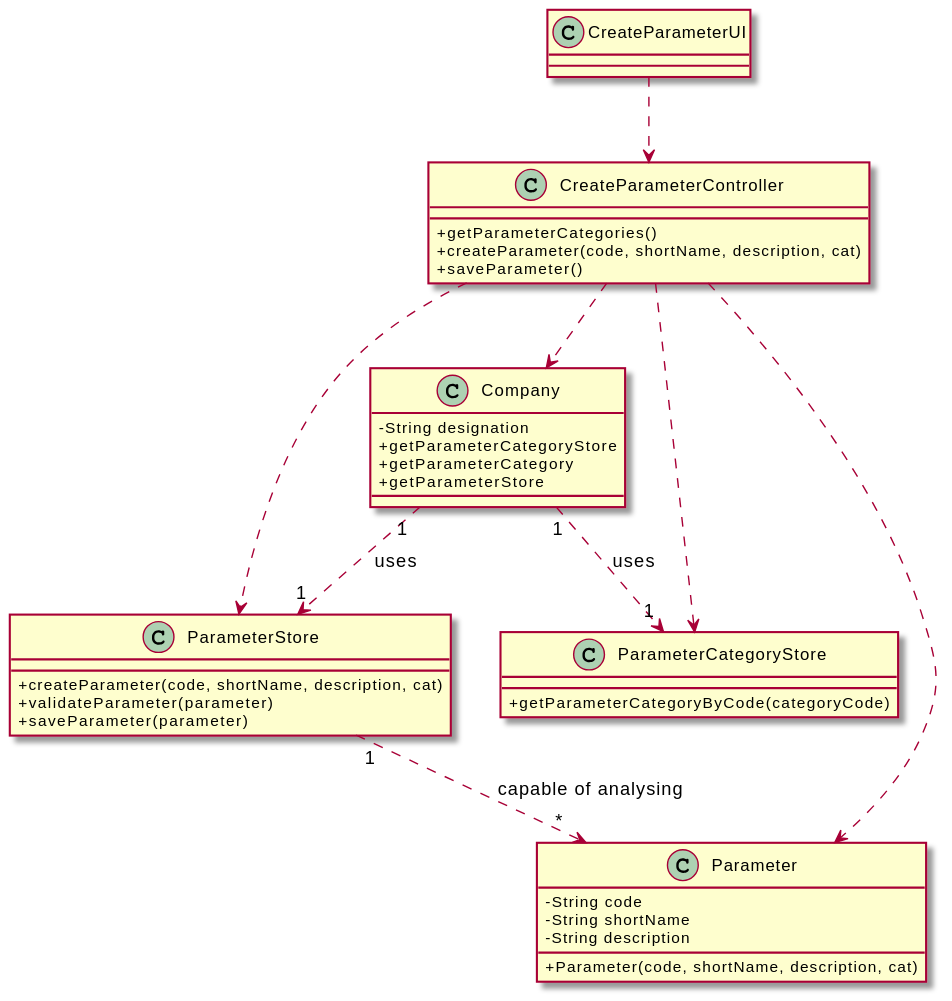
This is docs/SprintB/Us10_CreateParameter/US10_CD.svg from Pedromaia26/LAPR2-ISEP, a PlantUML export, as it was before one commit. The source it was exported from:
```plantuml
@startuml
skinparam classAttributeIconSize 0

class Company
{
  -String designation
  +getParameterCategoryStore
  +getParameterCategory
  +getParameterStore
}


class Parameter {
  -String code
  -String shortName
  -String description
  +Parameter(code, shortName, description, cat)
}

class ParameterStore {
  +createParameter(code, shortName, description, cat)
  +validateParameter(parameter)
  +saveParameter(parameter)
}

class ParameterCategoryStore {
  +getParameterCategoryByCode(categoryCode)
}


class CreateParameterController {
  +getParameterCategories()
  +createParameter(code, shortName, description, cat)
  +saveParameter()
}

class CreateParameterUI {

}

CreateParameterUI ..> CreateParameterController
CreateParameterController ..> Parameter
CreateParameterController ..> ParameterStore
CreateParameterController ..> ParameterCategoryStore
CreateParameterController ..> Company
Company "1" ..> "1" ParameterStore : uses
Company "1" ..> "1" ParameterCategoryStore : uses
ParameterStore "1" ..> "*" Parameter : capable of analysing
@enduml
```
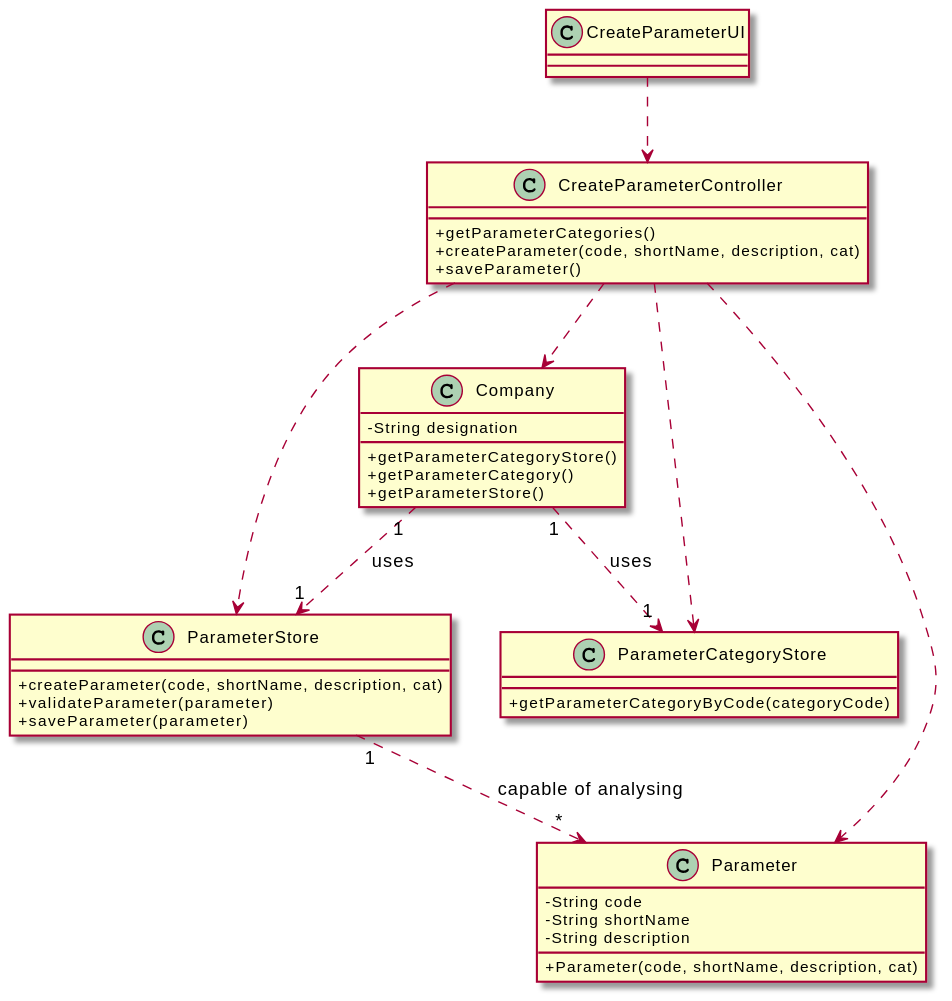
Above is the later version.

The edit, as a diff of the source:
```diff
@@ -4,9 +4,9 @@
 class Company
 {
   -String designation
-  +getParameterCategoryStore
-  +getParameterCategory
-  +getParameterStore
+  +getParameterCategoryStore()
+  +getParameterCategory()
+  +getParameterStore()
 }
 
 
```
